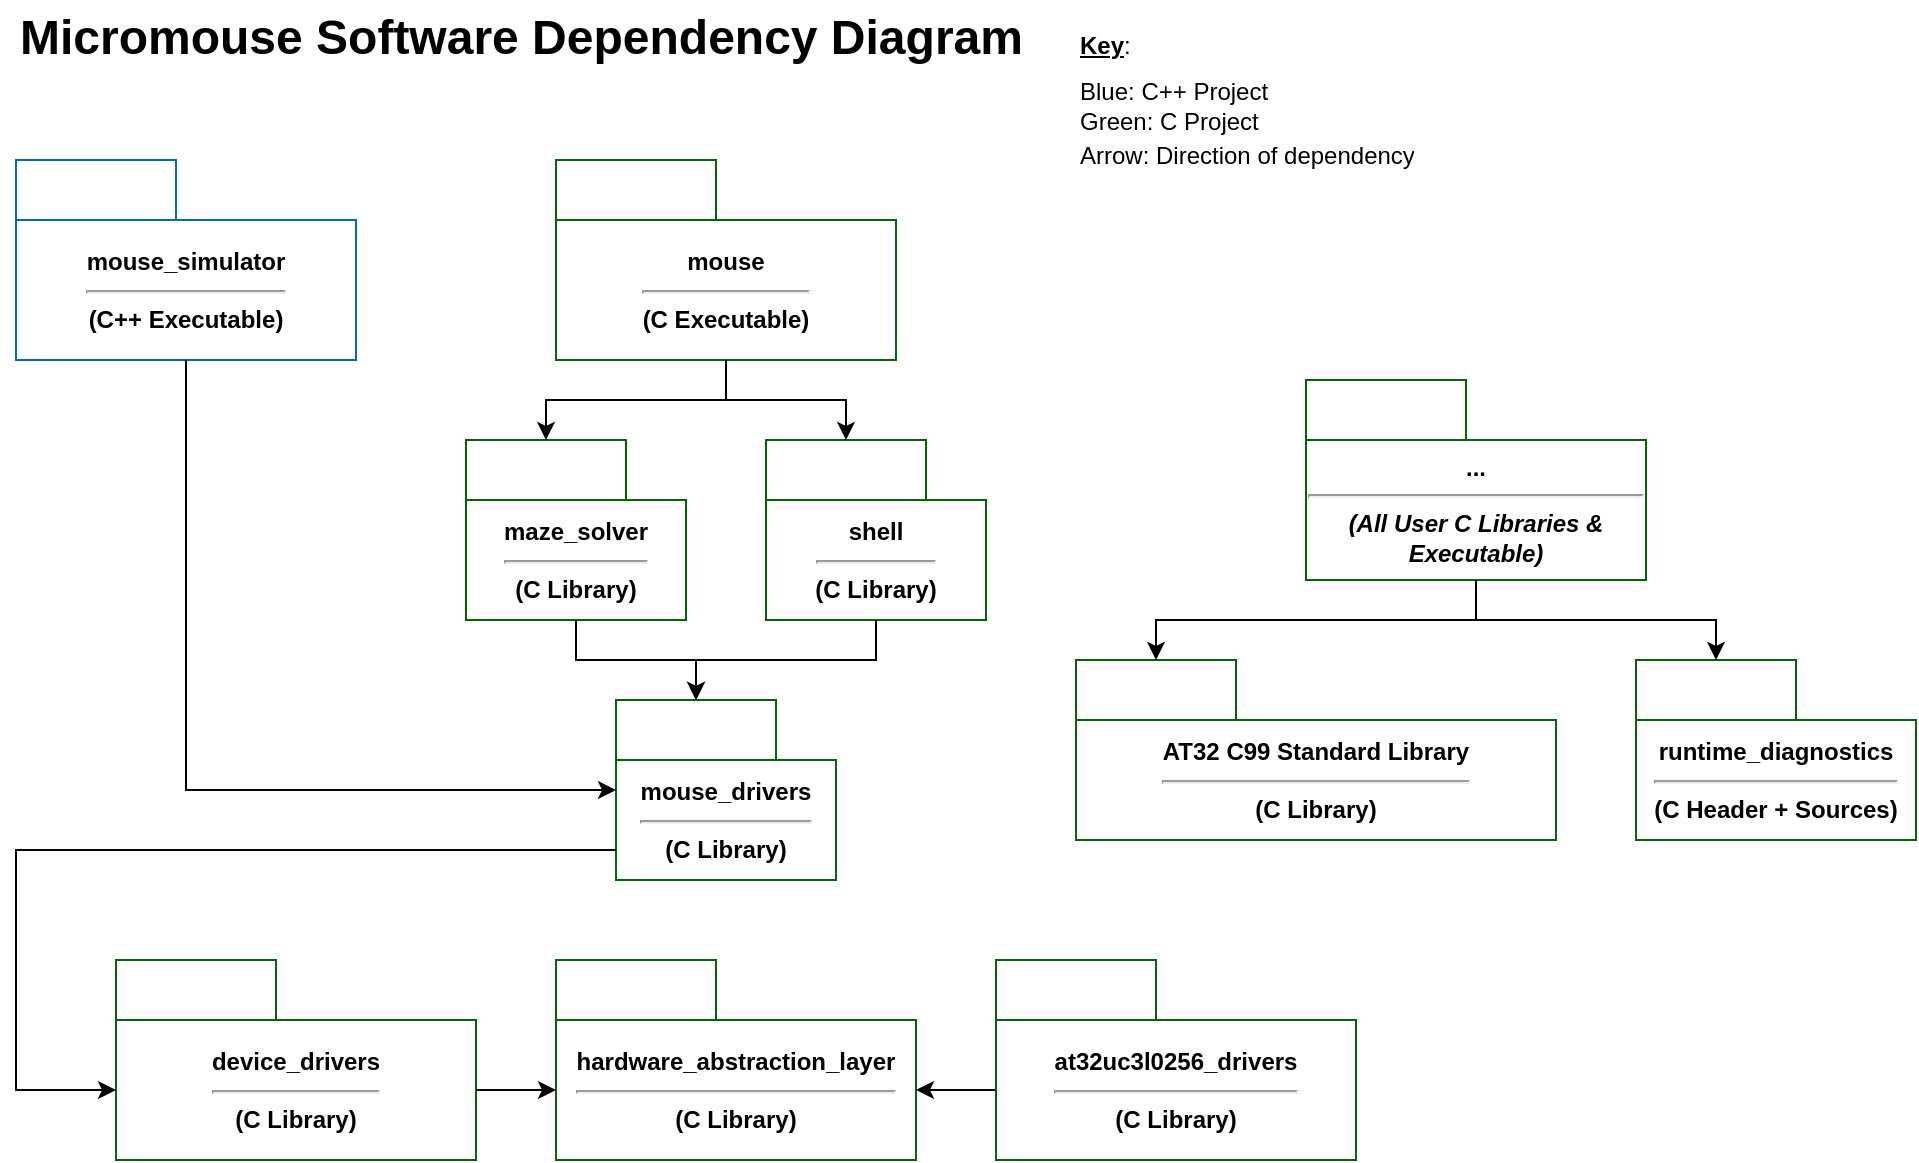
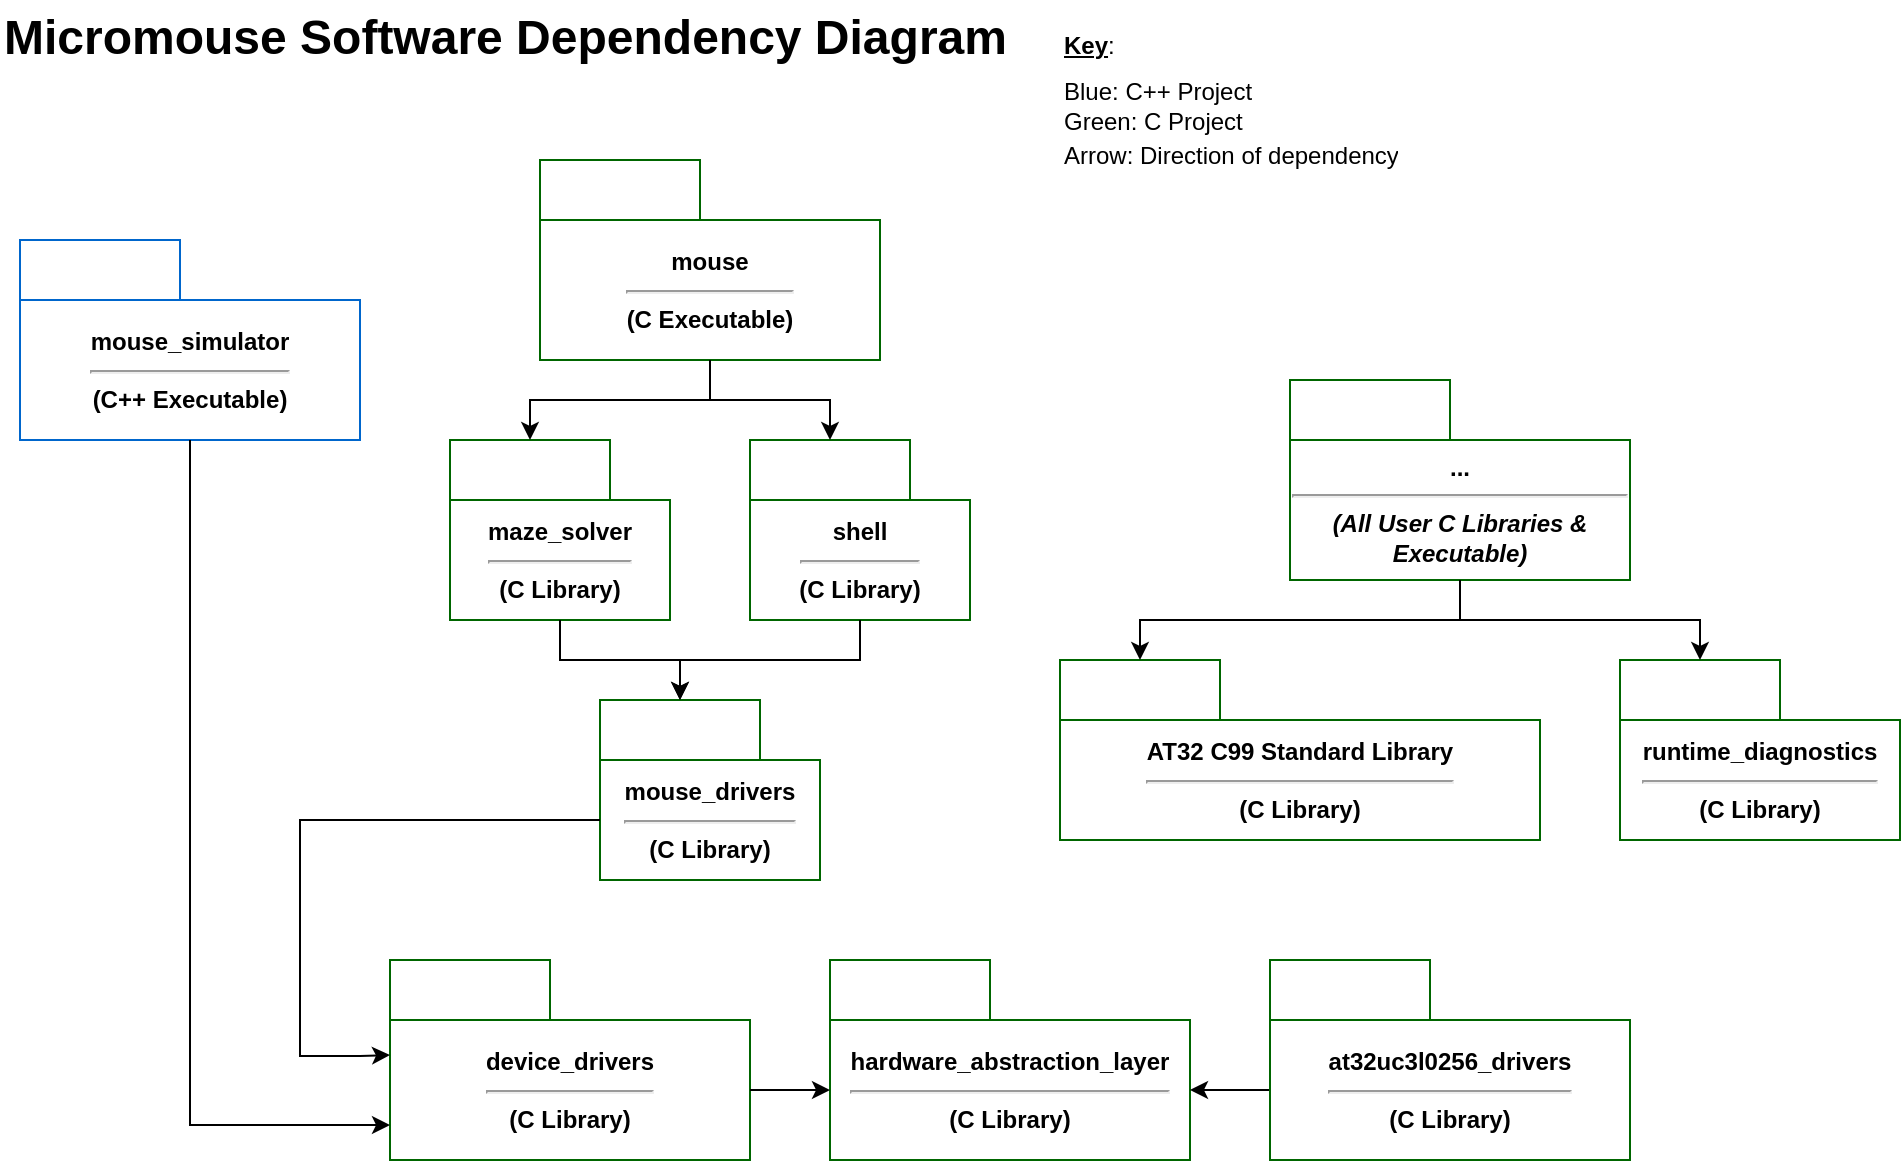
- <mxfile host="Electron" agent="Mozilla/5.0 (Windows NT 10.0; Win64; x64) AppleWebKit/537.36 (KHTML, like Gecko) draw.io/29.3.0 Chrome/140.0.7339.249 Electron/38.7.2 Safari/537.36" version="29.3.0">
+ <mxfile host="Electron" agent="Mozilla/5.0 (Windows NT 10.0; Win64; x64) AppleWebKit/537.36 (KHTML, like Gecko) draw.io/29.6.1 Chrome/142.0.7444.265 Electron/39.8.0 Safari/537.36" version="29.6.1">
  <diagram name="Page-1" id="oKpc1l_Igcs4GMacKgKO">
-     <mxGraphModel dx="1042" dy="626" grid="1" gridSize="10" guides="1" tooltips="1" connect="1" arrows="1" fold="1" page="1" pageScale="1" pageWidth="850" pageHeight="1100" math="0" shadow="0">
+     <mxGraphModel dx="1097" dy="659" grid="1" gridSize="10" guides="1" tooltips="1" connect="1" arrows="1" fold="1" page="1" pageScale="1" pageWidth="850" pageHeight="1100" math="0" shadow="0">
      <root>
        <mxCell id="0" />
        <mxCell id="1" parent="0" />
        <mxCell id="VA4gKk7P2Ic-5W_0SB8y-1" parent="1" style="shape=folder;fontStyle=1;tabWidth=80;tabHeight=30;tabPosition=left;html=1;boundedLbl=1;whiteSpace=wrap;strokeColor=#006600;" value="device_drivers&lt;div&gt;&lt;hr&gt;&lt;/div&gt;&lt;div&gt;(C Library)&lt;/div&gt;" vertex="1">
-           <mxGeometry height="100" width="180" x="90" y="520" as="geometry" />
+           <mxGeometry height="100" width="180" x="235" y="520" as="geometry" />
        </mxCell>
        <mxCell id="VA4gKk7P2Ic-5W_0SB8y-11" parent="1" style="shape=folder;fontStyle=1;tabWidth=80;tabHeight=30;tabPosition=left;html=1;boundedLbl=1;whiteSpace=wrap;strokeColor=#006600;" value="&lt;div&gt;hardware_abstraction_layer&lt;/div&gt;&lt;div&gt;&lt;hr&gt;&lt;/div&gt;&lt;div&gt;(C Library)&lt;/div&gt;" vertex="1">
-           <mxGeometry height="100" width="180" x="310" y="520" as="geometry" />
+           <mxGeometry height="100" width="180" x="455" y="520" as="geometry" />
        </mxCell>
        <mxCell id="VA4gKk7P2Ic-5W_0SB8y-24" parent="1" style="shape=folder;fontStyle=1;tabWidth=80;tabHeight=30;tabPosition=left;html=1;boundedLbl=1;whiteSpace=wrap;strokeColor=#006600;" value="&lt;div&gt;mouse_drivers&lt;/div&gt;&lt;div&gt;&lt;hr&gt;&lt;/div&gt;&lt;div&gt;(C Library)&lt;/div&gt;" vertex="1">
          <mxGeometry height="90" width="110" x="340" y="390" as="geometry" />
        </mxCell>
        <mxCell id="VA4gKk7P2Ic-5W_0SB8y-35" parent="1" style="shape=folder;fontStyle=1;tabWidth=80;tabHeight=30;tabPosition=left;html=1;boundedLbl=1;whiteSpace=wrap;strokeColor=#006600;" value="&lt;div&gt;maze_solver&lt;/div&gt;&lt;div&gt;&lt;hr&gt;&lt;/div&gt;&lt;div&gt;(C Library)&lt;/div&gt;" vertex="1">
          <mxGeometry height="90" width="110" x="265" y="260" as="geometry" />
        </mxCell>
        <mxCell id="VA4gKk7P2Ic-5W_0SB8y-38" parent="1" style="shape=folder;fontStyle=1;tabWidth=80;tabHeight=30;tabPosition=left;html=1;boundedLbl=1;whiteSpace=wrap;strokeColor=#006600;" value="&lt;div&gt;shell&lt;/div&gt;&lt;div&gt;&lt;hr&gt;&lt;/div&gt;&lt;div&gt;(C Library)&lt;/div&gt;" vertex="1">
          <mxGeometry height="90" width="110" x="415" y="260" as="geometry" />
        </mxCell>
        <mxCell id="VA4gKk7P2Ic-5W_0SB8y-45" parent="1" style="shape=folder;fontStyle=1;tabWidth=80;tabHeight=30;tabPosition=left;html=1;boundedLbl=1;whiteSpace=wrap;strokeColor=#006600;" value="&lt;div&gt;mouse&lt;/div&gt;&lt;div&gt;&lt;hr&gt;&lt;/div&gt;&lt;div&gt;(C Executable)&lt;/div&gt;" vertex="1">
          <mxGeometry height="100" width="170" x="310" y="120" as="geometry" />
        </mxCell>
        <mxCell id="0X-RFWdOt0fxIYuZUrhn-1" edge="1" parent="1" source="VA4gKk7P2Ic-5W_0SB8y-47" style="edgeStyle=orthogonalEdgeStyle;rounded=0;orthogonalLoop=1;jettySize=auto;html=1;entryX=0;entryY=0;entryDx=180;entryDy=65;entryPerimeter=0;exitX=0;exitY=0;exitDx=0;exitDy=65;exitPerimeter=0;" target="VA4gKk7P2Ic-5W_0SB8y-11">
          <mxGeometry relative="1" as="geometry">
-             <mxPoint x="505" y="580" as="targetPoint" />
+             <mxPoint x="650" y="580" as="targetPoint" />
          </mxGeometry>
        </mxCell>
        <mxCell id="VA4gKk7P2Ic-5W_0SB8y-47" parent="1" style="shape=folder;fontStyle=1;tabWidth=80;tabHeight=30;tabPosition=left;html=1;boundedLbl=1;whiteSpace=wrap;strokeColor=#006600;" value="&lt;div&gt;at32uc3l0256_drivers&lt;/div&gt;&lt;div&gt;&lt;hr&gt;&lt;/div&gt;&lt;div&gt;(C Library)&lt;/div&gt;" vertex="1">
-           <mxGeometry height="100" width="180" x="530" y="520" as="geometry" />
+           <mxGeometry height="100" width="180" x="675" y="520" as="geometry" />
        </mxCell>
        <mxCell id="UwXl0KZfzIKj5EyUJe6f-31" parent="1" style="shape=folder;fontStyle=1;tabWidth=80;tabHeight=30;tabPosition=left;html=1;boundedLbl=1;whiteSpace=wrap;strokeColor=#0066CC;" value="&lt;div&gt;mouse_simulator&lt;/div&gt;&lt;div&gt;&lt;hr&gt;(C++ Executable)&lt;/div&gt;" vertex="1">
-           <mxGeometry height="100" width="170" x="40" y="120" as="geometry" />
+           <mxGeometry height="100" width="170" x="50" y="160" as="geometry" />
        </mxCell>
-         <mxCell id="0X-RFWdOt0fxIYuZUrhn-4" edge="1" parent="1" source="VA4gKk7P2Ic-5W_0SB8y-24" style="edgeStyle=orthogonalEdgeStyle;rounded=0;orthogonalLoop=1;jettySize=auto;html=1;entryX=0;entryY=0;entryDx=0;entryDy=65;entryPerimeter=0;exitX=0;exitY=0;exitDx=0;exitDy=75;exitPerimeter=0;" target="VA4gKk7P2Ic-5W_0SB8y-1">
+         <mxCell id="0X-RFWdOt0fxIYuZUrhn-4" edge="1" parent="1" source="VA4gKk7P2Ic-5W_0SB8y-24" style="edgeStyle=orthogonalEdgeStyle;rounded=0;orthogonalLoop=1;jettySize=auto;html=1;entryX=0;entryY=0;entryDx=0;entryDy=47.5;entryPerimeter=0;exitX=0;exitY=0;exitDx=0;exitDy=60;exitPerimeter=0;" target="VA4gKk7P2Ic-5W_0SB8y-1">
          <mxGeometry relative="1" as="geometry">
            <Array as="points">
-               <mxPoint x="40" y="465" />
-               <mxPoint x="40" y="585" />
+               <mxPoint x="190" y="450" />
+               <mxPoint x="190" y="568" />
+               <mxPoint x="220" y="568" />
            </Array>
+             <mxPoint x="320" y="465" as="sourcePoint" />
+             <mxPoint x="220" y="585" as="targetPoint" />
          </mxGeometry>
        </mxCell>
        <mxCell id="0X-RFWdOt0fxIYuZUrhn-5" edge="1" parent="1" source="VA4gKk7P2Ic-5W_0SB8y-35" style="edgeStyle=orthogonalEdgeStyle;rounded=0;orthogonalLoop=1;jettySize=auto;html=1;entryX=0;entryY=0;entryDx=40;entryDy=0;entryPerimeter=0;" target="VA4gKk7P2Ic-5W_0SB8y-24">
          <mxGeometry relative="1" as="geometry" />
        </mxCell>
        <mxCell id="0X-RFWdOt0fxIYuZUrhn-6" edge="1" parent="1" source="VA4gKk7P2Ic-5W_0SB8y-38" style="edgeStyle=orthogonalEdgeStyle;rounded=0;orthogonalLoop=1;jettySize=auto;html=1;entryX=0;entryY=0;entryDx=40;entryDy=0;entryPerimeter=0;" target="VA4gKk7P2Ic-5W_0SB8y-24">
          <mxGeometry relative="1" as="geometry" />
        </mxCell>
        <mxCell id="0X-RFWdOt0fxIYuZUrhn-7" edge="1" parent="1" source="VA4gKk7P2Ic-5W_0SB8y-45" style="edgeStyle=orthogonalEdgeStyle;rounded=0;orthogonalLoop=1;jettySize=auto;html=1;entryX=0;entryY=0;entryDx=40;entryDy=0;entryPerimeter=0;" target="VA4gKk7P2Ic-5W_0SB8y-35">
          <mxGeometry relative="1" as="geometry" />
        </mxCell>
        <mxCell id="0X-RFWdOt0fxIYuZUrhn-8" edge="1" parent="1" source="VA4gKk7P2Ic-5W_0SB8y-45" style="edgeStyle=orthogonalEdgeStyle;rounded=0;orthogonalLoop=1;jettySize=auto;html=1;entryX=0;entryY=0;entryDx=40;entryDy=0;entryPerimeter=0;" target="VA4gKk7P2Ic-5W_0SB8y-38">
          <mxGeometry relative="1" as="geometry" />
        </mxCell>
        <mxCell id="0X-RFWdOt0fxIYuZUrhn-10" parent="1" style="shape=folder;fontStyle=1;tabWidth=80;tabHeight=30;tabPosition=left;html=1;boundedLbl=1;whiteSpace=wrap;strokeColor=#006600;" value="&lt;div&gt;AT32 C99&amp;nbsp;&lt;span style=&quot;color: light-dark(rgb(0, 0, 0), rgb(255, 255, 255)); background-color: transparent;&quot;&gt;Standard Library&lt;/span&gt;&lt;/div&gt;&lt;div&gt;&lt;hr&gt;&lt;/div&gt;&lt;div&gt;(C Library)&lt;/div&gt;" vertex="1">
          <mxGeometry height="90" width="240" x="570" y="370" as="geometry" />
        </mxCell>
-         <mxCell id="0X-RFWdOt0fxIYuZUrhn-11" edge="1" parent="1" source="UwXl0KZfzIKj5EyUJe6f-31" style="edgeStyle=orthogonalEdgeStyle;rounded=0;orthogonalLoop=1;jettySize=auto;html=1;entryX=0;entryY=0;entryDx=0;entryDy=45;entryPerimeter=0;exitX=0.5;exitY=1;exitDx=0;exitDy=0;exitPerimeter=0;" target="VA4gKk7P2Ic-5W_0SB8y-24">
-           <mxGeometry relative="1" as="geometry" />
+         <mxCell id="0X-RFWdOt0fxIYuZUrhn-11" edge="1" parent="1" source="UwXl0KZfzIKj5EyUJe6f-31" style="edgeStyle=orthogonalEdgeStyle;rounded=0;orthogonalLoop=1;jettySize=auto;html=1;exitX=0.5;exitY=1;exitDx=0;exitDy=0;exitPerimeter=0;entryX=0;entryY=0;entryDx=0;entryDy=82.5;entryPerimeter=0;" target="VA4gKk7P2Ic-5W_0SB8y-1">
+           <mxGeometry relative="1" as="geometry">
+             <mxPoint x="125" y="470" as="targetPoint" />
+           </mxGeometry>
        </mxCell>
        <mxCell id="0X-RFWdOt0fxIYuZUrhn-13" parent="1" style="shape=folder;fontStyle=1;tabWidth=80;tabHeight=30;tabPosition=left;html=1;boundedLbl=1;whiteSpace=wrap;strokeColor=#006600;" value="&lt;div&gt;...&lt;/div&gt;&lt;div&gt;&lt;hr&gt;&lt;/div&gt;&lt;div&gt;&lt;i&gt;(All User C Libraries &amp;amp; Executable)&lt;/i&gt;&lt;/div&gt;" vertex="1">
          <mxGeometry height="100" width="170" x="685" y="230" as="geometry" />
        </mxCell>
        <mxCell id="0X-RFWdOt0fxIYuZUrhn-16" edge="1" parent="1" source="0X-RFWdOt0fxIYuZUrhn-13" style="edgeStyle=orthogonalEdgeStyle;rounded=0;orthogonalLoop=1;jettySize=auto;html=1;entryX=0;entryY=0;entryDx=40;entryDy=0;entryPerimeter=0;" target="0X-RFWdOt0fxIYuZUrhn-10">
          <mxGeometry relative="1" as="geometry">
            <Array as="points">
              <mxPoint x="770" y="350" />
              <mxPoint x="610" y="350" />
            </Array>
          </mxGeometry>
        </mxCell>
        <mxCell id="0X-RFWdOt0fxIYuZUrhn-18" parent="1" style="text;html=1;whiteSpace=wrap;overflow=hidden;rounded=0;" value="&lt;div style=&quot;line-height: 100%; margin-bottom: 5px;&quot;&gt;&lt;h1 style=&quot;margin-top: 0px; line-height: 100%;&quot;&gt;Micromouse Software Dependency Diagram&lt;/h1&gt;&lt;/div&gt;&lt;div style=&quot;line-height: 100%; padding-bottom: 2px; margin-bottom: 2px;&quot;&gt;&lt;div style=&quot;line-height: 100%; padding-bottom: 2px; margin-bottom: 3px;&quot;&gt;&lt;br&gt;&lt;/div&gt;&lt;/div&gt;" vertex="1">
          <mxGeometry height="45" width="510" x="40" y="40" as="geometry" />
        </mxCell>
        <mxCell id="0X-RFWdOt0fxIYuZUrhn-19" parent="1" style="text;html=1;whiteSpace=wrap;overflow=hidden;rounded=0;" value="&lt;div style=&quot;line-height: 100%; margin-bottom: 5px;&quot;&gt;&lt;h1 style=&quot;margin-top: 0px; line-height: 100%; margin-bottom: 0px;&quot;&gt;&lt;b style=&quot;background-color: transparent; color: light-dark(rgb(0, 0, 0), rgb(255, 255, 255)); font-size: 12px;&quot;&gt;&lt;u&gt;Key&lt;/u&gt;&lt;/b&gt;&lt;span style=&quot;background-color: transparent; color: light-dark(rgb(0, 0, 0), rgb(255, 255, 255)); font-size: 12px; font-weight: normal;&quot;&gt;:&lt;/span&gt;&lt;/h1&gt;&lt;/div&gt;&lt;div style=&quot;line-height: 100%; padding-bottom: 2px; margin-bottom: 2px;&quot;&gt;&lt;div style=&quot;line-height: 100%; margin-bottom: 3px;&quot;&gt;&lt;span style=&quot;color: light-dark(rgb(0, 0, 0), rgb(255, 255, 255)); background-color: light-dark(rgb(255, 255, 255), rgb(0, 102, 204));&quot;&gt;&lt;span style=&quot;background-color: light-dark(#ffffff, var(--ge-dark-color, #121212));&quot;&gt;&lt;span style=&quot;background-color: light-dark(rgb(255, 255, 255), rgb(0, 102, 204));&quot;&gt;Blue&lt;/span&gt;&lt;/span&gt;&lt;/span&gt;&lt;span style=&quot;background-color: transparent; color: light-dark(rgb(0, 0, 0), rgb(255, 255, 255));&quot;&gt;: C++ Project&lt;/span&gt;&lt;/div&gt;&lt;div style=&quot;line-height: 100%; padding-bottom: 2px; margin-bottom: 3px;&quot;&gt;&lt;span style=&quot;background-color: light-dark(rgb(255, 255, 255), rgb(0, 102, 0));&quot;&gt;&lt;span style=&quot;background-color: light-dark(rgb(255, 255, 255), rgb(0, 102, 51));&quot;&gt;Green&lt;/span&gt;&lt;/span&gt;: C Project&lt;/div&gt;&lt;div style=&quot;line-height: 100%; padding-bottom: 2px; margin-bottom: 3px;&quot;&gt;Arrow: Direction of dependency&lt;/div&gt;&lt;div style=&quot;line-height: 100%; padding-bottom: 2px; margin-bottom: 3px;&quot;&gt;&lt;br&gt;&lt;/div&gt;&lt;/div&gt;" vertex="1">
          <mxGeometry height="105" width="195" x="570" y="40" as="geometry" />
        </mxCell>
        <mxCell id="0X-RFWdOt0fxIYuZUrhn-22" edge="1" parent="1" source="VA4gKk7P2Ic-5W_0SB8y-1" style="edgeStyle=orthogonalEdgeStyle;rounded=0;orthogonalLoop=1;jettySize=auto;html=1;entryX=0;entryY=0;entryDx=0;entryDy=65;entryPerimeter=0;exitX=0;exitY=0;exitDx=180;exitDy=65;exitPerimeter=0;">
          <mxGeometry relative="1" as="geometry">
-             <mxPoint x="310" y="585" as="targetPoint" />
+             <mxPoint x="455" y="585" as="targetPoint" />
          </mxGeometry>
        </mxCell>
-         <mxCell id="M42v7twJ1mtuAuClNUq2-1" parent="1" style="shape=folder;fontStyle=1;tabWidth=80;tabHeight=30;tabPosition=left;html=1;boundedLbl=1;whiteSpace=wrap;strokeColor=#006600;" value="&lt;div&gt;runtime_diagnostics&lt;/div&gt;&lt;div&gt;&lt;hr&gt;&lt;/div&gt;&lt;div&gt;(C Header + Sources)&lt;/div&gt;" vertex="1">
+         <mxCell id="M42v7twJ1mtuAuClNUq2-1" parent="1" style="shape=folder;fontStyle=1;tabWidth=80;tabHeight=30;tabPosition=left;html=1;boundedLbl=1;whiteSpace=wrap;strokeColor=#006600;" value="&lt;div&gt;runtime_diagnostics&lt;/div&gt;&lt;div&gt;&lt;hr&gt;&lt;/div&gt;&lt;div&gt;(C Library)&lt;/div&gt;" vertex="1">
          <mxGeometry height="90" width="140" x="850" y="370" as="geometry" />
        </mxCell>
        <mxCell id="M42v7twJ1mtuAuClNUq2-2" edge="1" parent="1" source="0X-RFWdOt0fxIYuZUrhn-13" style="edgeStyle=orthogonalEdgeStyle;rounded=0;orthogonalLoop=1;jettySize=auto;html=1;entryX=0;entryY=0;entryDx=40;entryDy=0;entryPerimeter=0;" target="M42v7twJ1mtuAuClNUq2-1">
          <mxGeometry relative="1" as="geometry" />
        </mxCell>
      </root>
    </mxGraphModel>
  </diagram>
</mxfile>
